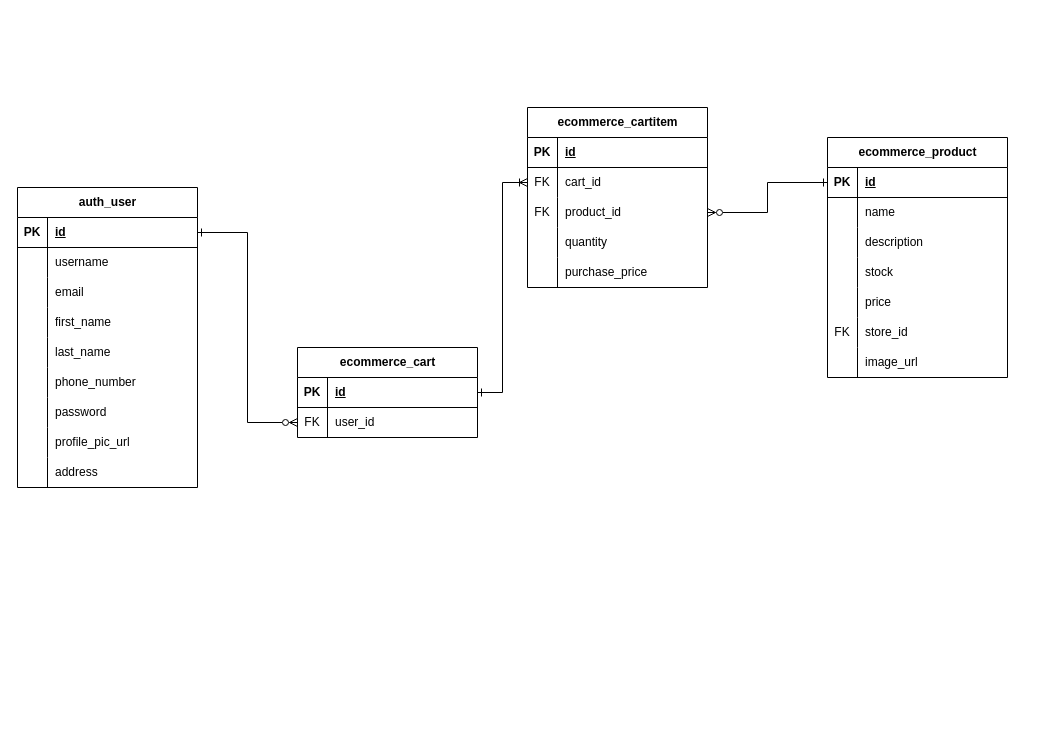
This is page "Add products to cart" (2 of 3) of E-Commerce API ERD.drawio from RHILIUS/drawio, a draw.io file, before an edit. Source tidied: cells renumbered, new cells numbered last; positions are measured from the earlier drawing's top-left corner, leaving out a move shared by most shapes. Both pictures are drawn from the tidied source at 100%, with x=0, y=0 at pixel (17, 107).
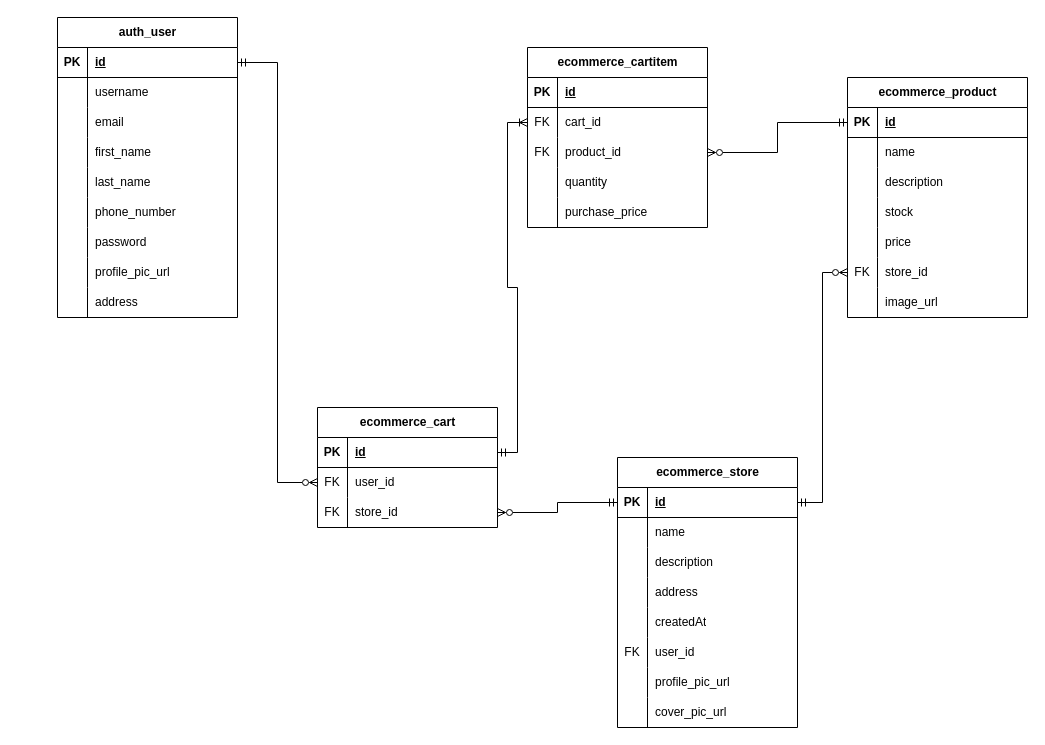
After the change.

Commit message (it also covers changes not shown here):
feat: add Store relationships for Cart and Order

Unchanged cells that the change refers to:
```xml
<mxCell id="3" style="shape=tableRow;horizontal=0;startSize=0;swimlaneHead=0;swimlaneBody=0;fillColor=none;points=[[0,0.5],[1,0.5]];portConstraint=eastwest;top=0;left=0;right=0;bottom=1;" parent="2" vertex="1">
  <mxGeometry y="30" width="180" height="30" as="geometry" />
</mxCell>
<mxCell id="6" style="shape=tableRow;horizontal=0;startSize=0;swimlaneHead=0;swimlaneBody=0;fillColor=none;points=[[0,0.5],[1,0.5]];portConstraint=eastwest;top=0;left=0;right=0;bottom=0;" parent="2" vertex="1">
  <mxGeometry y="60" width="180" height="30" as="geometry" />
</mxCell>
<mxCell id="10" style="shape=tableRow;horizontal=0;startSize=0;swimlaneHead=0;swimlaneBody=0;fillColor=none;points=[[0,0.5],[1,0.5]];portConstraint=eastwest;top=0;left=0;right=0;bottom=1;" parent="9" vertex="1">
  <mxGeometry y="30" width="180" height="30" as="geometry" />
</mxCell>
<mxCell id="25" style="shape=tableRow;horizontal=0;startSize=0;swimlaneHead=0;swimlaneBody=0;fillColor=none;points=[[0,0.5],[1,0.5]];portConstraint=eastwest;top=0;left=0;right=0;bottom=0;" parent="9" vertex="1">
  <mxGeometry y="180" width="180" height="30" as="geometry" />
</mxCell>
<mxCell id="32" style="shape=tableRow;horizontal=0;startSize=0;swimlaneHead=0;swimlaneBody=0;fillColor=none;points=[[0,0.5],[1,0.5]];portConstraint=eastwest;top=0;left=0;right=0;bottom=1;" parent="31" vertex="1">
  <mxGeometry y="30" width="180" height="30" as="geometry" />
</mxCell>
<mxCell id="63" style="shape=tableRow;horizontal=0;startSize=0;swimlaneHead=0;swimlaneBody=0;fillColor=none;points=[[0,0.5],[1,0.5]];portConstraint=eastwest;top=0;left=0;right=0;bottom=0;" parent="59" vertex="1">
  <mxGeometry y="60" width="180" height="30" as="geometry" />
</mxCell>
<mxCell id="66" style="shape=tableRow;horizontal=0;startSize=0;swimlaneHead=0;swimlaneBody=0;fillColor=none;points=[[0,0.5],[1,0.5]];portConstraint=eastwest;top=0;left=0;right=0;bottom=0;" parent="59" vertex="1">
  <mxGeometry y="90" width="180" height="30" as="geometry" />
</mxCell>
```

Change to the diagram source:
```diff
@@
     <mxCell id="2" value="ecommerce_cart" style="shape=table;startSize=30;childLayout=tableLayout;rowLines=0;fontStyle=1;align=center;html=1;" parent="1" vertex="1">
-      <mxGeometry x="280" y="240" width="180" height="90" as="geometry" />
+      <mxGeometry x="300" y="300" width="180" height="120" as="geometry" />
     </mxCell>
@@
+    <mxCell id="78" style="shape=tableRow;horizontal=0;startSize=0;swimlaneHead=0;swimlaneBody=0;fillColor=none;points=[[0,0.5],[1,0.5]];portConstraint=eastwest;top=0;left=0;right=0;bottom=0;" parent="2" vertex="1">
+      <mxGeometry y="90" width="180" height="30" as="geometry" />
+    </mxCell>
+    <mxCell id="79" value="FK" style="shape=partialRectangle;fillColor=none;top=0;left=0;bottom=0;right=0;overflow=hidden;whiteSpace=wrap;html=1;" parent="78" vertex="1">
+      <mxGeometry width="30" height="30" as="geometry" />
+    </mxCell>
+    <mxCell id="80" value="store_id" style="shape=partialRectangle;fillColor=none;top=0;left=0;bottom=0;right=0;align=left;spacingLeft=6;overflow=hidden;whiteSpace=wrap;html=1;" parent="78" vertex="1">
+      <mxGeometry x="30" width="150" height="30" as="geometry" />
+    </mxCell>
     <mxCell id="9" value="ecommerce_product" style="shape=table;startSize=30;childLayout=tableLayout;rowLines=0;fontStyle=1;align=center;html=1;" parent="1" vertex="1">
-      <mxGeometry x="810" y="30" width="180" height="240" as="geometry" />
+      <mxGeometry x="830" y="-30" width="180" height="240" as="geometry" />
     </mxCell>
@@
     <mxCell id="31" value="auth_user" style="shape=table;startSize=30;childLayout=tableLayout;rowLines=0;fontStyle=1;align=center;html=1;" parent="1" vertex="1">
-      <mxGeometry y="80" width="180" height="300" as="geometry" />
+      <mxGeometry x="40" y="-90" width="180" height="300" as="geometry" />
     </mxCell>
@@
     <mxCell id="59" value="ecommerce_cartitem" style="shape=table;startSize=30;childLayout=tableLayout;rowLines=0;fontStyle=1;align=center;html=1;" parent="1" vertex="1">
-      <mxGeometry x="510" width="180" height="180" as="geometry" />
+      <mxGeometry x="510" y="-60" width="180" height="180" as="geometry" />
     </mxCell>
@@
-    <mxCell id="75" style="edgeStyle=orthogonalEdgeStyle;rounded=0;jettySize=auto;html=1;entryX=0;entryY=0.5;entryDx=0;entryDy=0;endArrow=ERoneToMany;endFill=0;startArrow=ERone;startFill=0;" parent="1" edge="1" source="3" target="63">
+    <mxCell id="75" style="edgeStyle=orthogonalEdgeStyle;rounded=0;jettySize=auto;html=1;entryX=0;entryY=0.5;entryDx=0;entryDy=0;endArrow=ERoneToMany;endFill=0;startArrow=ERmandOne;startFill=0;" parent="1" edge="1" source="3" target="63">
       <mxGeometry relative="1" as="geometry" />
     </mxCell>
-    <mxCell id="76" style="edgeStyle=orthogonalEdgeStyle;rounded=0;jettySize=auto;html=1;entryX=0;entryY=0.5;entryDx=0;entryDy=0;endArrow=ERzeroToMany;endFill=0;startArrow=ERone;startFill=0;" parent="1" edge="1" source="32" target="6">
+    <mxCell id="76" style="edgeStyle=orthogonalEdgeStyle;rounded=0;jettySize=auto;html=1;entryX=0;entryY=0.5;entryDx=0;entryDy=0;endArrow=ERzeroToMany;endFill=0;startArrow=ERmandOne;startFill=0;" parent="1" edge="1" source="32" target="6">
       <mxGeometry relative="1" as="geometry" />
     </mxCell>
-    <mxCell id="77" style="edgeStyle=orthogonalEdgeStyle;rounded=0;jettySize=auto;html=1;entryX=1;entryY=0.5;entryDx=0;entryDy=0;endArrow=ERzeroToMany;endFill=0;startArrow=ERone;startFill=0;" parent="1" edge="1" source="10" target="66">
+    <mxCell id="77" style="edgeStyle=orthogonalEdgeStyle;rounded=0;jettySize=auto;html=1;entryX=1;entryY=0.5;entryDx=0;entryDy=0;endArrow=ERzeroToMany;endFill=0;startArrow=ERmandOne;startFill=0;" parent="1" edge="1" source="10" target="66">
       <mxGeometry relative="1" as="geometry" />
     </mxCell>
+    <mxCell id="81" value="ecommerce_store" style="shape=table;startSize=30;childLayout=tableLayout;rowLines=0;fontStyle=1;align=center;html=1;" parent="1" vertex="1">
+      <mxGeometry x="600" y="350" width="180" height="270" as="geometry" />
+    </mxCell>
+    <mxCell id="82" style="shape=tableRow;horizontal=0;startSize=0;swimlaneHead=0;swimlaneBody=0;fillColor=none;points=[[0,0.5],[1,0.5]];portConstraint=eastwest;top=0;left=0;right=0;bottom=1;" parent="81" vertex="1">
+      <mxGeometry y="30" width="180" height="30" as="geometry" />
+    </mxCell>
+    <mxCell id="83" value="PK" style="shape=partialRectangle;fillColor=none;top=0;left=0;bottom=0;right=0;fontStyle=1;overflow=hidden;whiteSpace=wrap;html=1;" parent="82" vertex="1">
+      <mxGeometry width="30" height="30" as="geometry" />
+    </mxCell>
+    <mxCell id="84" value="id" style="shape=partialRectangle;fillColor=none;top=0;left=0;bottom=0;right=0;align=left;spacingLeft=6;fontStyle=5;overflow=hidden;whiteSpace=wrap;html=1;" parent="82" vertex="1">
+      <mxGeometry x="30" width="150" height="30" as="geometry" />
+    </mxCell>
+    <mxCell id="85" style="shape=tableRow;horizontal=0;startSize=0;swimlaneHead=0;swimlaneBody=0;fillColor=none;top=0;left=0;right=0;bottom=0;" parent="81" vertex="1">
+      <mxGeometry y="60" width="180" height="30" as="geometry" />
+    </mxCell>
+    <mxCell id="86" style="shape=partialRectangle;fillColor=none;top=0;left=0;bottom=0;right=0;overflow=hidden;whiteSpace=wrap;html=1;" parent="85" vertex="1">
+      <mxGeometry width="30" height="30" as="geometry" />
+    </mxCell>
+    <mxCell id="87" value="name" style="shape=partialRectangle;fillColor=none;top=0;left=0;bottom=0;right=0;align=left;spacingLeft=6;overflow=hidden;whiteSpace=wrap;html=1;" parent="85" vertex="1">
+      <mxGeometry x="30" width="150" height="30" as="geometry" />
+    </mxCell>
+    <mxCell id="88" style="shape=tableRow;horizontal=0;startSize=0;swimlaneHead=0;swimlaneBody=0;fillColor=none;top=0;left=0;right=0;bottom=0;" parent="81" vertex="1">
+      <mxGeometry y="90" width="180" height="30" as="geometry" />
+    </mxCell>
+    <mxCell id="89" style="shape=partialRectangle;fillColor=none;top=0;left=0;bottom=0;right=0;overflow=hidden;whiteSpace=wrap;html=1;" parent="88" vertex="1">
+      <mxGeometry width="30" height="30" as="geometry" />
+    </mxCell>
+    <mxCell id="90" value="description" style="shape=partialRectangle;fillColor=none;top=0;left=0;bottom=0;right=0;align=left;spacingLeft=6;overflow=hidden;whiteSpace=wrap;html=1;" parent="88" vertex="1">
+      <mxGeometry x="30" width="150" height="30" as="geometry" />
+    </mxCell>
+    <mxCell id="91" style="shape=tableRow;horizontal=0;startSize=0;swimlaneHead=0;swimlaneBody=0;fillColor=none;top=0;left=0;right=0;bottom=0;" parent="81" vertex="1">
+      <mxGeometry y="120" width="180" height="30" as="geometry" />
+    </mxCell>
+    <mxCell id="92" style="shape=partialRectangle;fillColor=none;top=0;left=0;bottom=0;right=0;overflow=hidden;whiteSpace=wrap;html=1;" parent="91" vertex="1">
+      <mxGeometry width="30" height="30" as="geometry" />
+    </mxCell>
+    <mxCell id="93" value="address" style="shape=partialRectangle;fillColor=none;top=0;left=0;bottom=0;right=0;align=left;spacingLeft=6;overflow=hidden;whiteSpace=wrap;html=1;" parent="91" vertex="1">
+      <mxGeometry x="30" width="150" height="30" as="geometry" />
+    </mxCell>
+    <mxCell id="94" style="shape=tableRow;horizontal=0;startSize=0;swimlaneHead=0;swimlaneBody=0;fillColor=none;top=0;left=0;right=0;bottom=0;" parent="81" vertex="1">
+      <mxGeometry y="150" width="180" height="30" as="geometry" />
+    </mxCell>
+    <mxCell id="95" style="shape=partialRectangle;fillColor=none;top=0;left=0;bottom=0;right=0;overflow=hidden;whiteSpace=wrap;html=1;" parent="94" vertex="1">
+      <mxGeometry width="30" height="30" as="geometry" />
+    </mxCell>
+    <mxCell id="96" value="createdAt" style="shape=partialRectangle;fillColor=none;top=0;left=0;bottom=0;right=0;align=left;spacingLeft=6;overflow=hidden;whiteSpace=wrap;html=1;" parent="94" vertex="1">
+      <mxGeometry x="30" width="150" height="30" as="geometry" />
+    </mxCell>
+    <mxCell id="97" style="shape=tableRow;horizontal=0;startSize=0;swimlaneHead=0;swimlaneBody=0;fillColor=none;top=0;left=0;right=0;bottom=0;" parent="81" vertex="1">
+      <mxGeometry y="180" width="180" height="30" as="geometry" />
+    </mxCell>
+    <mxCell id="98" value="FK" style="shape=partialRectangle;fillColor=none;top=0;left=0;bottom=0;right=0;overflow=hidden;whiteSpace=wrap;html=1;" parent="97" vertex="1">
+      <mxGeometry width="30" height="30" as="geometry" />
+    </mxCell>
+    <mxCell id="99" value="user_id" style="shape=partialRectangle;fillColor=none;top=0;left=0;bottom=0;right=0;align=left;spacingLeft=6;overflow=hidden;whiteSpace=wrap;html=1;" parent="97" vertex="1">
+      <mxGeometry x="30" width="150" height="30" as="geometry" />
+    </mxCell>
+    <mxCell id="100" style="shape=tableRow;horizontal=0;startSize=0;swimlaneHead=0;swimlaneBody=0;fillColor=none;top=0;left=0;right=0;bottom=0;" parent="81" vertex="1">
+      <mxGeometry y="210" width="180" height="30" as="geometry" />
+    </mxCell>
+    <mxCell id="101" style="shape=partialRectangle;fillColor=none;top=0;left=0;bottom=0;right=0;overflow=hidden;whiteSpace=wrap;html=1;" parent="100" vertex="1">
+      <mxGeometry width="30" height="30" as="geometry" />
+    </mxCell>
+    <mxCell id="102" value="profile_pic_url" style="shape=partialRectangle;fillColor=none;top=0;left=0;bottom=0;right=0;align=left;spacingLeft=6;overflow=hidden;whiteSpace=wrap;html=1;" parent="100" vertex="1">
+      <mxGeometry x="30" width="150" height="30" as="geometry" />
+    </mxCell>
+    <mxCell id="103" style="shape=tableRow;horizontal=0;startSize=0;swimlaneHead=0;swimlaneBody=0;fillColor=none;top=0;left=0;right=0;bottom=0;" parent="81" vertex="1">
+      <mxGeometry y="240" width="180" height="30" as="geometry" />
+    </mxCell>
+    <mxCell id="104" style="shape=partialRectangle;fillColor=none;top=0;left=0;bottom=0;right=0;overflow=hidden;whiteSpace=wrap;html=1;" parent="103" vertex="1">
+      <mxGeometry width="30" height="30" as="geometry" />
+    </mxCell>
+    <mxCell id="105" value="cover_pic_url" style="shape=partialRectangle;fillColor=none;top=0;left=0;bottom=0;right=0;align=left;spacingLeft=6;overflow=hidden;whiteSpace=wrap;html=1;" parent="103" vertex="1">
+      <mxGeometry x="30" width="150" height="30" as="geometry" />
+    </mxCell>
+    <mxCell id="106" style="edgeStyle=orthogonalEdgeStyle;rounded=0;jettySize=auto;html=1;startArrow=ERmandOne;startFill=0;endArrow=ERzeroToMany;endFill=0;" parent="1" edge="1" source="82" target="78">
+      <mxGeometry relative="1" as="geometry" />
+    </mxCell>
+    <mxCell id="107" style="edgeStyle=orthogonalEdgeStyle;rounded=0;jettySize=auto;html=1;entryX=0;entryY=0.5;entryDx=0;entryDy=0;endArrow=ERzeroToMany;endFill=0;startArrow=ERmandOne;startFill=0;" parent="1" edge="1" source="82" target="25">
+      <mxGeometry relative="1" as="geometry" />
+    </mxCell>
```
